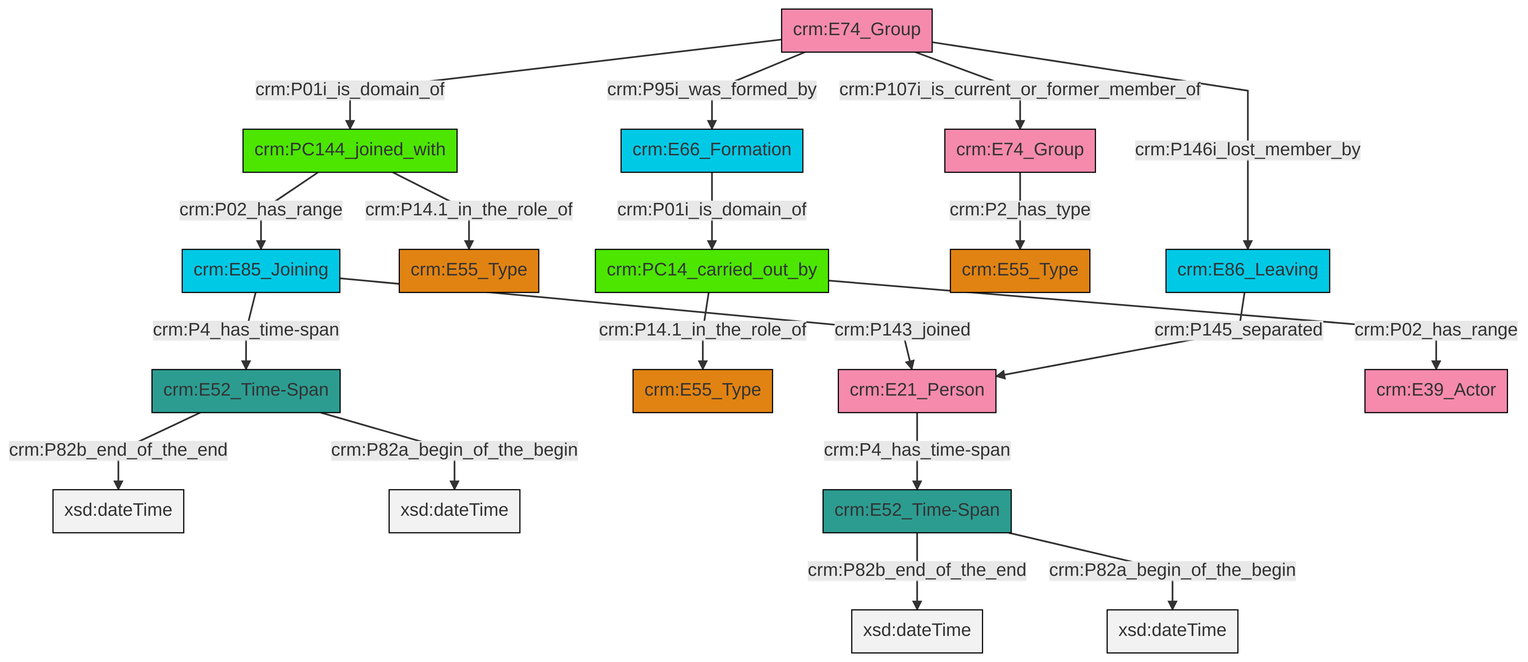
Before: et/groupCSV/ttl/mmd/png/group_actor_relations.png, a diagram exported from Mermaid (swiss-art-research-net/reference-data-models). Its source is kept beside it as et/groupCSV/ttl/mmd/group_actor_relations.ttl.mmd. The source it was exported from:
```mermaid
graph TD
classDef Literal fill:#f2f2f2,stroke:#000000;
classDef CRM_Entity fill:#FFFFFF,stroke:#000000;
classDef Temporal_Entity fill:#00C9E6, stroke:#000000;
classDef Type fill:#E18312, stroke:#000000;
classDef Time-Span fill:#2C9C91, stroke:#000000;
classDef Appellation fill:#FFEB7F, stroke:#000000;
classDef Place fill:#008836, stroke:#000000;
classDef Persistent_Item fill:#B266B2, stroke:#000000;
classDef Conceptual_Object fill:#FFD700, stroke:#000000;
classDef Physical_Thing fill:#D2B48C, stroke:#000000;
classDef Actor fill:#f58aad, stroke:#000000;
classDef PC_Classes fill:#4ce600, stroke:#000000;
classDef Multi fill:#cccccc,stroke:#000000;

0["crm:E85_Joining"]:::Temporal_Entity -->|crm:P143_joined| 1["crm:E21_Person"]:::Actor
2["crm:PC144_joined_with"]:::PC_Classes -->|crm:P14.1_in_the_role_of| 3["crm:E55_Type"]:::Type
4["crm:PC14_carried_out_by"]:::PC_Classes -->|crm:P14.1_in_the_role_of| 5["crm:E55_Type"]:::Type
10["crm:E52_Time-Span"]:::Time-Span -->|crm:P82b_end_of_the_end| 11[xsd:dateTime]:::Literal
10["crm:E52_Time-Span"]:::Time-Span -->|crm:P82a_begin_of_the_begin| 12[xsd:dateTime]:::Literal
1["crm:E21_Person"]:::Actor -->|crm:P4_has_time-span| 13["crm:E52_Time-Span"]:::Time-Span
22["crm:E86_Leaving"]:::Temporal_Entity -->|crm:P145_separated| 1["crm:E21_Person"]:::Actor
14["crm:E74_Group"]:::Actor -->|crm:P01i_is_domain_of| 2["crm:PC144_joined_with"]:::PC_Classes
14["crm:E74_Group"]:::Actor -->|crm:P95i_was_formed_by| 8["crm:E66_Formation"]:::Temporal_Entity
23["crm:E74_Group"]:::Actor -->|crm:P2_has_type| 17["crm:E55_Type"]:::Type
13["crm:E52_Time-Span"]:::Time-Span -->|crm:P82b_end_of_the_end| 24[xsd:dateTime]:::Literal
14["crm:E74_Group"]:::Actor -->|crm:P107i_is_current_or_former_member_of| 23["crm:E74_Group"]:::Actor
8["crm:E66_Formation"]:::Temporal_Entity -->|crm:P01i_is_domain_of| 4["crm:PC14_carried_out_by"]:::PC_Classes
0["crm:E85_Joining"]:::Temporal_Entity -->|crm:P4_has_time-span| 10["crm:E52_Time-Span"]:::Time-Span
13["crm:E52_Time-Span"]:::Time-Span -->|crm:P82a_begin_of_the_begin| 30[xsd:dateTime]:::Literal
2["crm:PC144_joined_with"]:::PC_Classes -->|crm:P02_has_range| 0["crm:E85_Joining"]:::Temporal_Entity
14["crm:E74_Group"]:::Actor -->|crm:P146i_lost_member_by| 22["crm:E86_Leaving"]:::Temporal_Entity
4["crm:PC14_carried_out_by"]:::PC_Classes -->|crm:P02_has_range| 33["crm:E39_Actor"]:::Actor
```
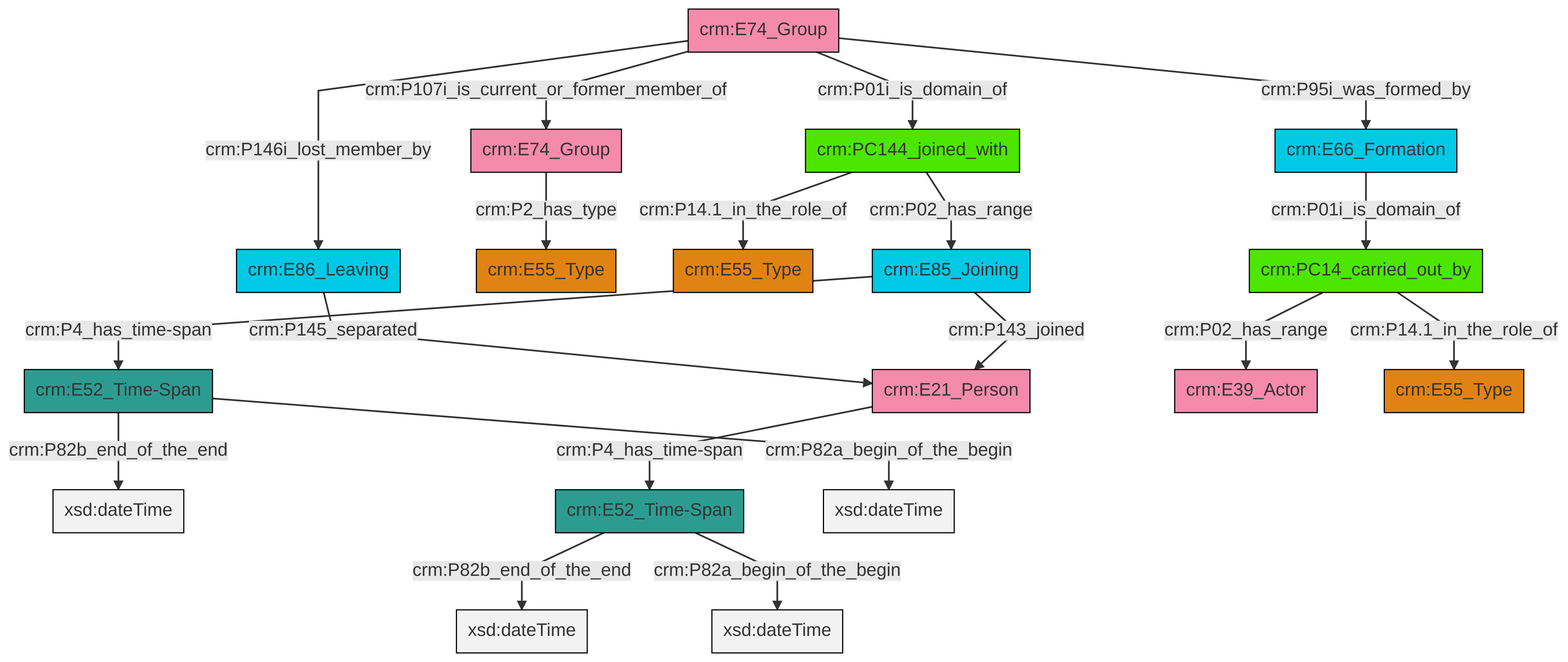
After the commit.

The edit, as a diff of the source:
```diff
@@ -13,21 +13,21 @@
 classDef PC_Classes fill:#4ce600, stroke:#000000;
 classDef Multi fill:#cccccc,stroke:#000000;
 
-0["crm:E85_Joining"]:::Temporal_Entity -->|crm:P143_joined| 1["crm:E21_Person"]:::Actor
-2["crm:PC144_joined_with"]:::PC_Classes -->|crm:P14.1_in_the_role_of| 3["crm:E55_Type"]:::Type
-4["crm:PC14_carried_out_by"]:::PC_Classes -->|crm:P14.1_in_the_role_of| 5["crm:E55_Type"]:::Type
-10["crm:E52_Time-Span"]:::Time-Span -->|crm:P82b_end_of_the_end| 11[xsd:dateTime]:::Literal
-10["crm:E52_Time-Span"]:::Time-Span -->|crm:P82a_begin_of_the_begin| 12[xsd:dateTime]:::Literal
-1["crm:E21_Person"]:::Actor -->|crm:P4_has_time-span| 13["crm:E52_Time-Span"]:::Time-Span
-22["crm:E86_Leaving"]:::Temporal_Entity -->|crm:P145_separated| 1["crm:E21_Person"]:::Actor
-14["crm:E74_Group"]:::Actor -->|crm:P01i_is_domain_of| 2["crm:PC144_joined_with"]:::PC_Classes
-14["crm:E74_Group"]:::Actor -->|crm:P95i_was_formed_by| 8["crm:E66_Formation"]:::Temporal_Entity
-23["crm:E74_Group"]:::Actor -->|crm:P2_has_type| 17["crm:E55_Type"]:::Type
-13["crm:E52_Time-Span"]:::Time-Span -->|crm:P82b_end_of_the_end| 24[xsd:dateTime]:::Literal
-14["crm:E74_Group"]:::Actor -->|crm:P107i_is_current_or_former_member_of| 23["crm:E74_Group"]:::Actor
-8["crm:E66_Formation"]:::Temporal_Entity -->|crm:P01i_is_domain_of| 4["crm:PC14_carried_out_by"]:::PC_Classes
-0["crm:E85_Joining"]:::Temporal_Entity -->|crm:P4_has_time-span| 10["crm:E52_Time-Span"]:::Time-Span
-13["crm:E52_Time-Span"]:::Time-Span -->|crm:P82a_begin_of_the_begin| 30[xsd:dateTime]:::Literal
-2["crm:PC144_joined_with"]:::PC_Classes -->|crm:P02_has_range| 0["crm:E85_Joining"]:::Temporal_Entity
-14["crm:E74_Group"]:::Actor -->|crm:P146i_lost_member_by| 22["crm:E86_Leaving"]:::Temporal_Entity
-4["crm:PC14_carried_out_by"]:::PC_Classes -->|crm:P02_has_range| 33["crm:E39_Actor"]:::Actor
+0["crm:E52_Time-Span"]:::Time-Span -->|crm:P82b_end_of_the_end| 1[xsd:dateTime]:::Literal
+4["crm:E86_Leaving"]:::Temporal_Entity -->|crm:P145_separated| 5["crm:E21_Person"]:::Actor
+9["crm:PC144_joined_with"]:::PC_Classes -->|crm:P14.1_in_the_role_of| 10["crm:E55_Type"]:::Type
+15["crm:PC14_carried_out_by"]:::PC_Classes -->|crm:P02_has_range| 16["crm:E39_Actor"]:::Actor
+21["crm:E52_Time-Span"]:::Time-Span -->|crm:P82b_end_of_the_end| 22[xsd:dateTime]:::Literal
+21["crm:E52_Time-Span"]:::Time-Span -->|crm:P82a_begin_of_the_begin| 23[xsd:dateTime]:::Literal
+11["crm:E74_Group"]:::Actor -->|crm:P107i_is_current_or_former_member_of| 2["crm:E74_Group"]:::Actor
+11["crm:E74_Group"]:::Actor -->|crm:P01i_is_domain_of| 9["crm:PC144_joined_with"]:::PC_Classes
+11["crm:E74_Group"]:::Actor -->|crm:P95i_was_formed_by| 26["crm:E66_Formation"]:::Temporal_Entity
+15["crm:PC14_carried_out_by"]:::PC_Classes -->|crm:P14.1_in_the_role_of| 19["crm:E55_Type"]:::Type
+11["crm:E74_Group"]:::Actor -->|crm:P146i_lost_member_by| 4["crm:E86_Leaving"]:::Temporal_Entity
+2["crm:E74_Group"]:::Actor -->|crm:P2_has_type| 7["crm:E55_Type"]:::Type
+5["crm:E21_Person"]:::Actor -->|crm:P4_has_time-span| 21["crm:E52_Time-Span"]:::Time-Span
+26["crm:E66_Formation"]:::Temporal_Entity -->|crm:P01i_is_domain_of| 15["crm:PC14_carried_out_by"]:::PC_Classes
+13["crm:E85_Joining"]:::Temporal_Entity -->|crm:P143_joined| 5["crm:E21_Person"]:::Actor
+13["crm:E85_Joining"]:::Temporal_Entity -->|crm:P4_has_time-span| 0["crm:E52_Time-Span"]:::Time-Span
+0["crm:E52_Time-Span"]:::Time-Span -->|crm:P82a_begin_of_the_begin| 33[xsd:dateTime]:::Literal
+9["crm:PC144_joined_with"]:::PC_Classes -->|crm:P02_has_range| 13["crm:E85_Joining"]:::Temporal_Entity
```
